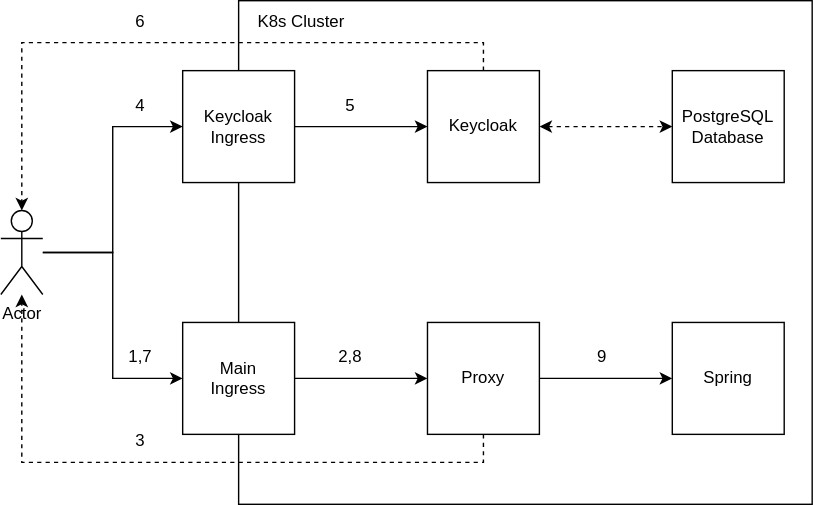
Above: modules/ROOT/images/OAuth2_Proxy-RequestFlow.drawio.svg in devonfw/java (draw.io), before the change. Source tidied: cells renumbered, new cells last; positions are measured from the earlier drawing's top-left corner, leaving out a move shared by most shapes. The source it was exported from:
```xml
<mxGraphModel>
  <root>
    <mxCell id="0" />
    <mxCell id="1" parent="0" />
    <mxCell id="2" style="rounded=0;whiteSpace=wrap;html=1;" parent="1" vertex="1">
      <mxGeometry x="170" width="410" height="360" as="geometry" />
    </mxCell>
    <mxCell id="3" value="Spring" style="whiteSpace=wrap;html=1;" parent="1" vertex="1">
      <mxGeometry x="480" y="230" width="80" height="80" as="geometry" />
    </mxCell>
    <mxCell id="4" style="edgeStyle=orthogonalEdgeStyle;rounded=0;jettySize=auto;html=1;entryX=0.5;entryY=0;entryDx=0;entryDy=0;dashed=1;entryPerimeter=0;" parent="1" edge="1" source="6" target="13">
      <mxGeometry relative="1" as="geometry">
        <Array as="points">
          <mxPoint x="345" y="30" />
          <mxPoint x="15" y="30" />
        </Array>
      </mxGeometry>
    </mxCell>
    <mxCell id="5" style="edgeStyle=orthogonalEdgeStyle;rounded=0;jettySize=auto;html=1;entryX=0;entryY=0.5;entryDx=0;entryDy=0;dashed=1;endArrow=classic;endFill=1;startArrow=classic;startFill=1;" parent="1" edge="1" source="6" target="25">
      <mxGeometry relative="1" as="geometry" />
    </mxCell>
    <mxCell id="6" value="Keycloak" style="whiteSpace=wrap;html=1;" parent="1" vertex="1">
      <mxGeometry x="305" y="50" width="80" height="80" as="geometry" />
    </mxCell>
    <mxCell id="7" style="edgeStyle=orthogonalEdgeStyle;rounded=0;jettySize=auto;html=1;entryX=0;entryY=0.5;entryDx=0;entryDy=0;" parent="1" edge="1" source="9" target="3">
      <mxGeometry relative="1" as="geometry" />
    </mxCell>
    <mxCell id="8" style="edgeStyle=orthogonalEdgeStyle;rounded=0;jettySize=auto;html=1;exitX=0.5;exitY=1;exitDx=0;exitDy=0;dashed=1;" parent="1" edge="1" source="9" target="13">
      <mxGeometry relative="1" as="geometry">
        <Array as="points">
          <mxPoint x="345" y="330" />
          <mxPoint x="15" y="330" />
        </Array>
      </mxGeometry>
    </mxCell>
    <mxCell id="9" value="Proxy" style="whiteSpace=wrap;html=1;" parent="1" vertex="1">
      <mxGeometry x="305" y="230" width="80" height="80" as="geometry" />
    </mxCell>
    <mxCell id="10" style="edgeStyle=orthogonalEdgeStyle;rounded=0;jettySize=auto;html=1;entryX=0;entryY=0.5;entryDx=0;entryDy=0;startArrow=none;" parent="1" edge="1" source="16" target="9">
      <mxGeometry relative="1" as="geometry" />
    </mxCell>
    <mxCell id="11" style="edgeStyle=orthogonalEdgeStyle;rounded=0;jettySize=auto;html=1;entryX=0;entryY=0.5;entryDx=0;entryDy=0;" parent="1" edge="1" source="13" target="15">
      <mxGeometry relative="1" as="geometry" />
    </mxCell>
    <mxCell id="12" style="edgeStyle=orthogonalEdgeStyle;rounded=0;jettySize=auto;html=1;entryX=0;entryY=0.5;entryDx=0;entryDy=0;" parent="1" edge="1" source="13" target="16">
      <mxGeometry relative="1" as="geometry" />
    </mxCell>
    <mxCell id="13" value="Actor" style="shape=umlActor;verticalLabelPosition=bottom;verticalAlign=top;html=1;outlineConnect=0;" parent="1" vertex="1">
      <mxGeometry y="150" width="30" height="60" as="geometry" />
    </mxCell>
    <mxCell id="14" style="edgeStyle=orthogonalEdgeStyle;rounded=0;jettySize=auto;html=1;entryX=0;entryY=0.5;entryDx=0;entryDy=0;" parent="1" edge="1" source="15" target="6">
      <mxGeometry relative="1" as="geometry" />
    </mxCell>
    <mxCell id="15" value="Keycloak Ingress" style="whiteSpace=wrap;html=1;" parent="1" vertex="1">
      <mxGeometry x="130" y="50" width="80" height="80" as="geometry" />
    </mxCell>
    <mxCell id="16" value="Main &lt;br&gt;Ingress" style="whiteSpace=wrap;html=1;" parent="1" vertex="1">
      <mxGeometry x="130" y="230" width="80" height="80" as="geometry" />
    </mxCell>
    <mxCell id="17" value="1,7" style="text;html=1;strokeColor=none;fillColor=none;align=center;verticalAlign=middle;whiteSpace=wrap;rounded=0;" parent="1" vertex="1">
      <mxGeometry x="70" y="240" width="60" height="30" as="geometry" />
    </mxCell>
    <mxCell id="18" value="2,8" style="text;html=1;strokeColor=none;fillColor=none;align=center;verticalAlign=middle;whiteSpace=wrap;rounded=0;" parent="1" vertex="1">
      <mxGeometry x="220" y="240" width="60" height="30" as="geometry" />
    </mxCell>
    <mxCell id="19" value="3" style="text;html=1;strokeColor=none;fillColor=none;align=center;verticalAlign=middle;whiteSpace=wrap;rounded=0;" parent="1" vertex="1">
      <mxGeometry x="70" y="300" width="60" height="30" as="geometry" />
    </mxCell>
    <mxCell id="20" value="4" style="text;html=1;strokeColor=none;fillColor=none;align=center;verticalAlign=middle;whiteSpace=wrap;rounded=0;" parent="1" vertex="1">
      <mxGeometry x="70" y="60" width="60" height="30" as="geometry" />
    </mxCell>
    <mxCell id="21" value="5" style="text;html=1;strokeColor=none;fillColor=none;align=center;verticalAlign=middle;whiteSpace=wrap;rounded=0;" parent="1" vertex="1">
      <mxGeometry x="220" y="60" width="60" height="30" as="geometry" />
    </mxCell>
    <mxCell id="22" value="6" style="text;html=1;strokeColor=none;fillColor=none;align=center;verticalAlign=middle;whiteSpace=wrap;rounded=0;" parent="1" vertex="1">
      <mxGeometry x="70" width="60" height="30" as="geometry" />
    </mxCell>
    <mxCell id="23" value="9" style="text;html=1;strokeColor=none;fillColor=none;align=center;verticalAlign=middle;whiteSpace=wrap;rounded=0;" parent="1" vertex="1">
      <mxGeometry x="400" y="240" width="60" height="30" as="geometry" />
    </mxCell>
    <mxCell id="24" value="K8s Cluster" style="text;html=1;strokeColor=none;fillColor=none;align=center;verticalAlign=middle;whiteSpace=wrap;rounded=0;" parent="1" vertex="1">
      <mxGeometry x="170" width="90" height="30" as="geometry" />
    </mxCell>
    <mxCell id="25" value="PostgreSQL&lt;br&gt;Database" style="whiteSpace=wrap;html=1;" parent="1" vertex="1">
      <mxGeometry x="480" y="50" width="80" height="80" as="geometry" />
    </mxCell>
  </root>
</mxGraphModel>
```
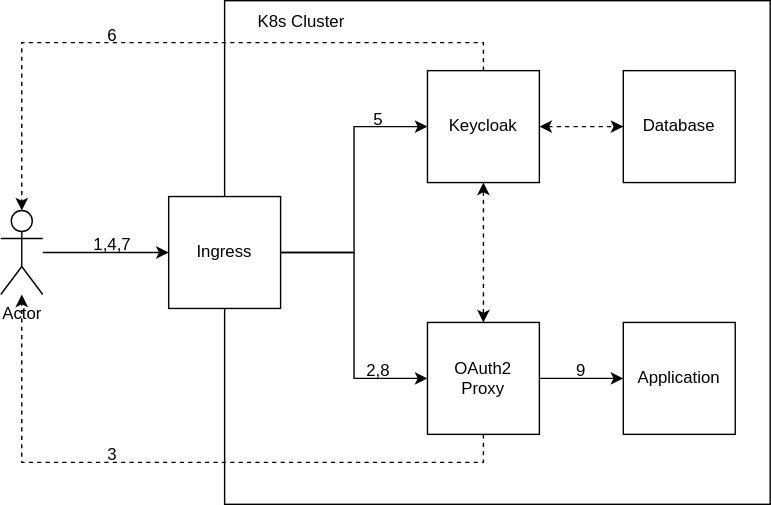
The same file after the commit.

Commit message:
Removed explicit recommendations and keycloak ingress (#31)

Diff of the diagram source:
```diff
@@ -3,10 +3,10 @@
     <mxCell id="0" />
     <mxCell id="1" parent="0" />
     <mxCell id="2" style="rounded=0;whiteSpace=wrap;html=1;" parent="1" vertex="1">
-      <mxGeometry x="170" width="410" height="360" as="geometry" />
+      <mxGeometry x="160" width="390" height="360" as="geometry" />
     </mxCell>
-    <mxCell id="3" value="Spring" style="whiteSpace=wrap;html=1;" parent="1" vertex="1">
-      <mxGeometry x="480" y="230" width="80" height="80" as="geometry" />
+    <mxCell id="3" value="Application" style="whiteSpace=wrap;html=1;" parent="1" vertex="1">
+      <mxGeometry x="445" y="230" width="80" height="80" as="geometry" />
     </mxCell>
     <mxCell id="4" style="edgeStyle=orthogonalEdgeStyle;rounded=0;jettySize=auto;html=1;entryX=0.5;entryY=0;entryDx=0;entryDy=0;dashed=1;entryPerimeter=0;" parent="1" edge="1" source="6" target="13">
       <mxGeometry relative="1" as="geometry">
@@ -19,6 +19,9 @@
     <mxCell id="5" style="edgeStyle=orthogonalEdgeStyle;rounded=0;jettySize=auto;html=1;entryX=0;entryY=0.5;entryDx=0;entryDy=0;dashed=1;endArrow=classic;endFill=1;startArrow=classic;startFill=1;" parent="1" edge="1" source="6" target="25">
       <mxGeometry relative="1" as="geometry" />
     </mxCell>
+    <mxCell id="26" style="edgeStyle=orthogonalEdgeStyle;rounded=0;jettySize=auto;html=1;entryX=0.5;entryY=0;entryDx=0;entryDy=0;startArrow=classic;startFill=1;dashed=1;" parent="1" edge="1" source="6" target="9">
+      <mxGeometry relative="1" as="geometry" />
+    </mxCell>
     <mxCell id="6" value="Keycloak" style="whiteSpace=wrap;html=1;" parent="1" vertex="1">
       <mxGeometry x="305" y="50" width="80" height="80" as="geometry" />
     </mxCell>
@@ -33,56 +36,47 @@
         </Array>
       </mxGeometry>
     </mxCell>
-    <mxCell id="9" value="Proxy" style="whiteSpace=wrap;html=1;" parent="1" vertex="1">
+    <mxCell id="9" value="OAuth2 &lt;br&gt;Proxy" style="whiteSpace=wrap;html=1;" parent="1" vertex="1">
       <mxGeometry x="305" y="230" width="80" height="80" as="geometry" />
     </mxCell>
     <mxCell id="10" style="edgeStyle=orthogonalEdgeStyle;rounded=0;jettySize=auto;html=1;entryX=0;entryY=0.5;entryDx=0;entryDy=0;startArrow=none;" parent="1" edge="1" source="16" target="9">
       <mxGeometry relative="1" as="geometry" />
     </mxCell>
-    <mxCell id="11" style="edgeStyle=orthogonalEdgeStyle;rounded=0;jettySize=auto;html=1;entryX=0;entryY=0.5;entryDx=0;entryDy=0;" parent="1" edge="1" source="13" target="15">
-      <mxGeometry relative="1" as="geometry" />
-    </mxCell>
     <mxCell id="12" style="edgeStyle=orthogonalEdgeStyle;rounded=0;jettySize=auto;html=1;entryX=0;entryY=0.5;entryDx=0;entryDy=0;" parent="1" edge="1" source="13" target="16">
       <mxGeometry relative="1" as="geometry" />
     </mxCell>
     <mxCell id="13" value="Actor" style="shape=umlActor;verticalLabelPosition=bottom;verticalAlign=top;html=1;outlineConnect=0;" parent="1" vertex="1">
       <mxGeometry y="150" width="30" height="60" as="geometry" />
     </mxCell>
-    <mxCell id="14" style="edgeStyle=orthogonalEdgeStyle;rounded=0;jettySize=auto;html=1;entryX=0;entryY=0.5;entryDx=0;entryDy=0;" parent="1" edge="1" source="15" target="6">
-      <mxGeometry relative="1" as="geometry" />
-    </mxCell>
-    <mxCell id="15" value="Keycloak Ingress" style="whiteSpace=wrap;html=1;" parent="1" vertex="1">
-      <mxGeometry x="130" y="50" width="80" height="80" as="geometry" />
-    </mxCell>
+    <mxCell id="27" style="edgeStyle=orthogonalEdgeStyle;rounded=0;jettySize=auto;html=1;entryX=0;entryY=0.5;entryDx=0;entryDy=0;" parent="1" edge="1" source="16" target="6">
+      <mxGeometry relative="1" as="geometry" />
+    </mxCell>
-    <mxCell id="16" value="Main &lt;br&gt;Ingress" style="whiteSpace=wrap;html=1;" parent="1" vertex="1">
-      <mxGeometry x="130" y="230" width="80" height="80" as="geometry" />
+    <mxCell id="16" value="Ingress" style="whiteSpace=wrap;html=1;" parent="1" vertex="1">
+      <mxGeometry x="120" y="140" width="80" height="80" as="geometry" />
     </mxCell>
-    <mxCell id="17" value="1,7" style="text;html=1;strokeColor=none;fillColor=none;align=center;verticalAlign=middle;whiteSpace=wrap;rounded=0;" parent="1" vertex="1">
-      <mxGeometry x="70" y="240" width="60" height="30" as="geometry" />
+    <mxCell id="17" value="1,4,7" style="text;html=1;strokeColor=none;fillColor=none;align=center;verticalAlign=middle;whiteSpace=wrap;rounded=0;" parent="1" vertex="1">
+      <mxGeometry x="50" y="160" width="60" height="30" as="geometry" />
     </mxCell>
     <mxCell id="18" value="2,8" style="text;html=1;strokeColor=none;fillColor=none;align=center;verticalAlign=middle;whiteSpace=wrap;rounded=0;" parent="1" vertex="1">
-      <mxGeometry x="220" y="240" width="60" height="30" as="geometry" />
+      <mxGeometry x="240" y="250" width="60" height="30" as="geometry" />
     </mxCell>
     <mxCell id="19" value="3" style="text;html=1;strokeColor=none;fillColor=none;align=center;verticalAlign=middle;whiteSpace=wrap;rounded=0;" parent="1" vertex="1">
-      <mxGeometry x="70" y="300" width="60" height="30" as="geometry" />
+      <mxGeometry x="50" y="310" width="60" height="30" as="geometry" />
     </mxCell>
-    <mxCell id="20" value="4" style="text;html=1;strokeColor=none;fillColor=none;align=center;verticalAlign=middle;whiteSpace=wrap;rounded=0;" parent="1" vertex="1">
-      <mxGeometry x="70" y="60" width="60" height="30" as="geometry" />
-    </mxCell>
-    <mxCell id="21" value="5" style="text;html=1;strokeColor=none;fillColor=none;align=center;verticalAlign=middle;whiteSpace=wrap;rounded=0;" parent="1" vertex="1">
-      <mxGeometry x="220" y="60" width="60" height="30" as="geometry" />
-    </mxCell>
     <mxCell id="22" value="6" style="text;html=1;strokeColor=none;fillColor=none;align=center;verticalAlign=middle;whiteSpace=wrap;rounded=0;" parent="1" vertex="1">
-      <mxGeometry x="70" width="60" height="30" as="geometry" />
+      <mxGeometry x="50" y="10" width="60" height="30" as="geometry" />
     </mxCell>
     <mxCell id="23" value="9" style="text;html=1;strokeColor=none;fillColor=none;align=center;verticalAlign=middle;whiteSpace=wrap;rounded=0;" parent="1" vertex="1">
-      <mxGeometry x="400" y="240" width="60" height="30" as="geometry" />
+      <mxGeometry x="385" y="250" width="60" height="30" as="geometry" />
     </mxCell>
     <mxCell id="24" value="K8s Cluster" style="text;html=1;strokeColor=none;fillColor=none;align=center;verticalAlign=middle;whiteSpace=wrap;rounded=0;" parent="1" vertex="1">
       <mxGeometry x="170" width="90" height="30" as="geometry" />
     </mxCell>
-    <mxCell id="25" value="PostgreSQL&lt;br&gt;Database" style="whiteSpace=wrap;html=1;" parent="1" vertex="1">
-      <mxGeometry x="480" y="50" width="80" height="80" as="geometry" />
+    <mxCell id="25" value="Database" style="whiteSpace=wrap;html=1;" parent="1" vertex="1">
+      <mxGeometry x="445" y="50" width="80" height="80" as="geometry" />
     </mxCell>
+    <mxCell id="21" value="5" style="text;html=1;strokeColor=none;fillColor=none;align=center;verticalAlign=middle;whiteSpace=wrap;rounded=0;" parent="1" vertex="1">
+      <mxGeometry x="240" y="70" width="60" height="30" as="geometry" />
+    </mxCell>
   </root>
 </mxGraphModel>
```
